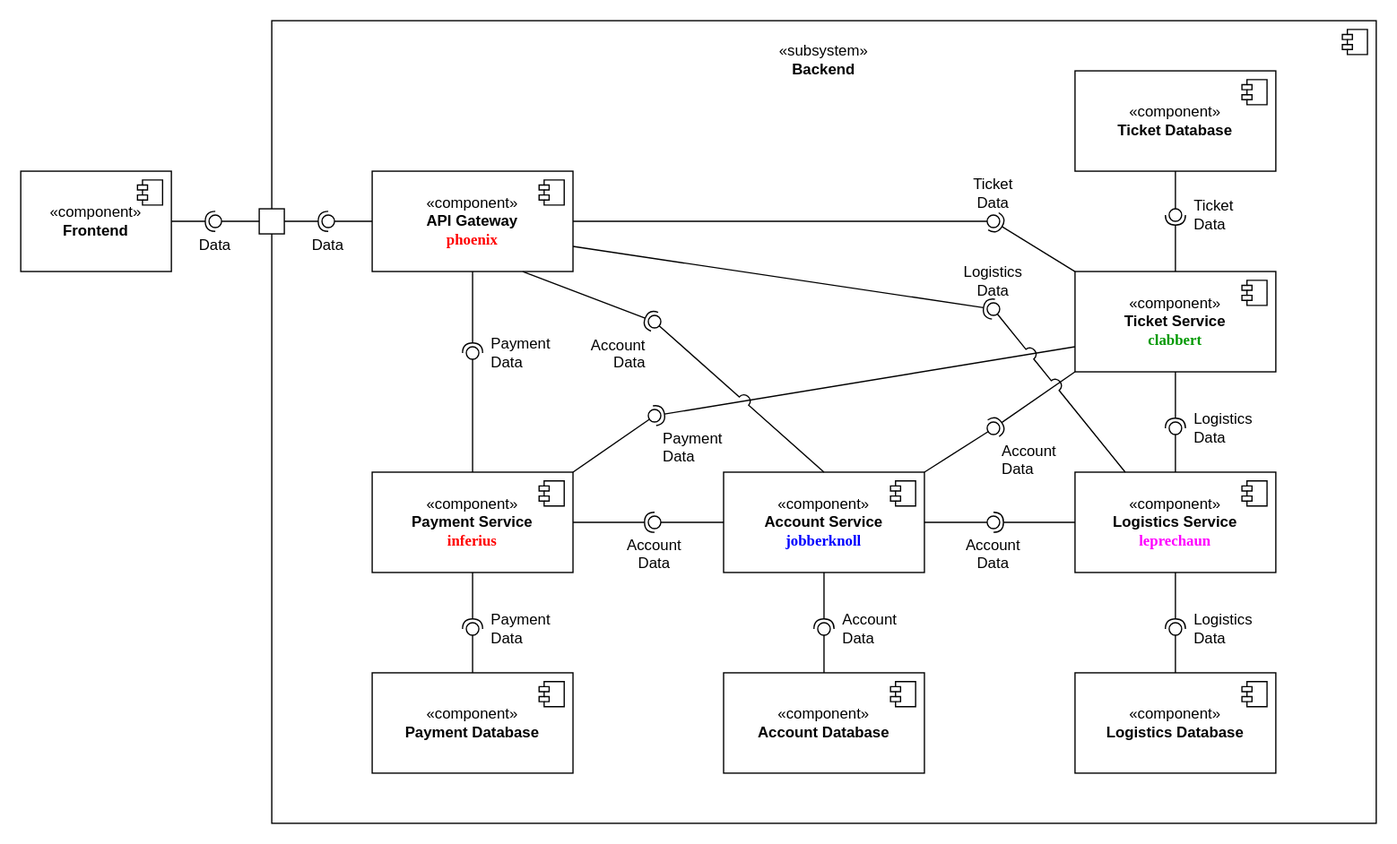
Above: documentation/course/e2/images/component-diagram.drawio.svg in PWR-ACS-SE-24/SoftwareSystemDesign (draw.io), before the change. Source tidied: cells renumbered, new cells last; positions are measured from the earlier drawing's top-left corner, leaving out a move shared by most shapes.
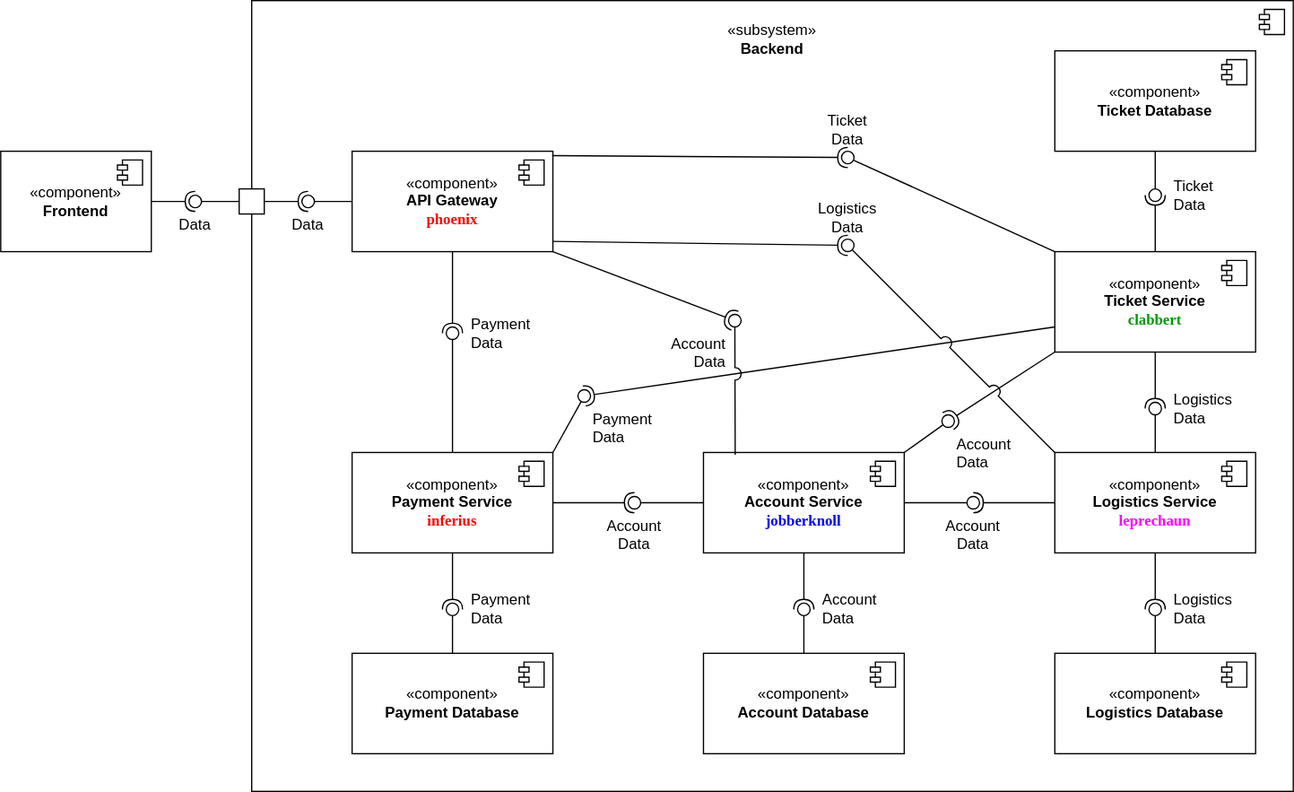
Above is the later version.

Commit message:
fix diagram and add extended version

Change to the diagram source:
```diff
@@ -3,7 +3,7 @@
     <mxCell id="0" />
     <mxCell id="1" parent="0" />
     <mxCell id="2" value="«subsystem»&lt;br&gt;&lt;b&gt;Backend&lt;/b&gt;" style="html=1;whiteSpace=wrap;labelPosition=center;verticalLabelPosition=top;align=center;verticalAlign=bottom;spacingTop=0;spacingBottom=-48;" parent="1" vertex="1">
-      <mxGeometry x="200" width="880" height="640" as="geometry" />
+      <mxGeometry x="200" width="830" height="630" as="geometry" />
     </mxCell>
     <mxCell id="3" style="shape=module;jettyWidth=8;jettyHeight=4;" parent="2" vertex="1">
       <mxGeometry x="1" width="20" height="20" relative="1" as="geometry">
@@ -151,7 +151,7 @@
       <mxGeometry relative="1" as="geometry" />
     </mxCell>
     <mxCell id="44" value="&lt;div&gt;Account&lt;/div&gt;&lt;div&gt;Data&lt;br&gt;&lt;/div&gt;" style="ellipse;whiteSpace=wrap;html=1;align=left;fillColor=none;strokeColor=none;perimeter=centerPerimeter;points=[];outlineConnect=1;labelPosition=right;verticalLabelPosition=bottom;verticalAlign=top;" parent="1" vertex="1">
-      <mxGeometry x="770" y="320" width="10" height="10" as="geometry" />
+      <mxGeometry x="750" y="330" width="10" height="10" as="geometry" />
     </mxCell>
     <mxCell id="45" style="rounded=0;jettySize=auto;html=1;endArrow=halfCircle;endFill=0;endSize=6;strokeWidth=1;sketch=0;exitX=0.5;exitY=1;exitDx=0;exitDy=0;" parent="1" edge="1" source="8" target="47">
       <mxGeometry relative="1" as="geometry" />
@@ -169,7 +169,7 @@
       <mxGeometry relative="1" as="geometry" />
     </mxCell>
     <mxCell id="50" value="&lt;div&gt;Payment&lt;/div&gt;&lt;div&gt;Data&lt;br&gt;&lt;/div&gt;" style="ellipse;whiteSpace=wrap;html=1;align=left;fillColor=none;strokeColor=none;perimeter=centerPerimeter;points=[];outlineConnect=1;labelPosition=right;verticalLabelPosition=bottom;verticalAlign=top;" parent="1" vertex="1">
-      <mxGeometry x="500" y="310" width="10" height="10" as="geometry" />
+      <mxGeometry x="460" y="310" width="10" height="10" as="geometry" />
     </mxCell>
     <mxCell id="51" style="rounded=0;jettySize=auto;html=1;endArrow=halfCircle;endFill=0;endSize=6;strokeWidth=1;sketch=0;exitX=0.5;exitY=1;exitDx=0;exitDy=0;" parent="1" edge="1" source="6" target="53">
       <mxGeometry relative="1" as="geometry" />
@@ -180,32 +180,32 @@
     <mxCell id="53" value="&lt;div&gt;Payment&lt;/div&gt;&lt;div&gt;Data&lt;br&gt;&lt;/div&gt;" style="ellipse;whiteSpace=wrap;html=1;align=left;fillColor=none;strokeColor=none;perimeter=centerPerimeter;points=[];outlineConnect=1;labelPosition=right;verticalLabelPosition=middle;verticalAlign=middle;spacingLeft=8;" parent="1" vertex="1">
       <mxGeometry x="355" y="260" width="10" height="10" as="geometry" />
     </mxCell>
-    <mxCell id="54" style="rounded=0;jettySize=auto;html=1;endArrow=halfCircle;endFill=0;endSize=6;strokeWidth=1;sketch=0;exitX=0.75;exitY=1;exitDx=0;exitDy=0;" parent="1" edge="1" source="6" target="56">
+    <mxCell id="54" style="rounded=0;jettySize=auto;html=1;endArrow=halfCircle;endFill=0;endSize=6;strokeWidth=1;sketch=0;exitX=1;exitY=1;exitDx=0;exitDy=0;" parent="1" edge="1" source="6" target="56">
       <mxGeometry relative="1" as="geometry" />
     </mxCell>
-    <mxCell id="55" style="rounded=0;jettySize=auto;html=1;endArrow=oval;endFill=0;sketch=0;sourcePerimeterSpacing=0;targetPerimeterSpacing=0;endSize=10;exitX=0.5;exitY=0;exitDx=0;exitDy=0;jumpStyle=arc;jumpSize=10;" parent="1" edge="1" source="10" target="56">
+    <mxCell id="55" style="rounded=0;jettySize=auto;html=1;endArrow=oval;endFill=0;sketch=0;sourcePerimeterSpacing=0;targetPerimeterSpacing=0;endSize=10;exitX=0.158;exitY=0.023;exitDx=0;exitDy=0;jumpStyle=arc;jumpSize=10;exitPerimeter=0;entryX=-0.085;entryY=0.454;entryDx=0;entryDy=0;entryPerimeter=0;" parent="1" edge="1" source="10" target="56">
       <mxGeometry relative="1" as="geometry" />
     </mxCell>
     <mxCell id="56" value="&lt;div&gt;Account&lt;/div&gt;&lt;div&gt;Data&lt;br&gt;&lt;/div&gt;" style="ellipse;whiteSpace=wrap;html=1;align=right;fillColor=none;strokeColor=none;perimeter=centerPerimeter;points=[];outlineConnect=1;labelPosition=left;verticalLabelPosition=bottom;verticalAlign=top;" parent="1" vertex="1">
-      <mxGeometry x="500" y="235" width="10" height="10" as="geometry" />
+      <mxGeometry x="580" y="250" width="10" height="10" as="geometry" />
     </mxCell>
-    <mxCell id="57" style="rounded=0;jettySize=auto;html=1;endArrow=halfCircle;endFill=0;endSize=6;strokeWidth=1;sketch=0;exitX=0;exitY=0;exitDx=0;exitDy=0;" parent="1" edge="1" source="8" target="59">
+    <mxCell id="57" style="rounded=0;jettySize=auto;html=1;endArrow=halfCircle;endFill=0;endSize=6;strokeWidth=1;sketch=0;exitX=0.997;exitY=0.044;exitDx=0;exitDy=0;exitPerimeter=0;" parent="1" edge="1" source="6" target="59">
       <mxGeometry relative="1" as="geometry" />
     </mxCell>
-    <mxCell id="58" style="rounded=0;jettySize=auto;html=1;endArrow=oval;endFill=0;sketch=0;sourcePerimeterSpacing=0;targetPerimeterSpacing=0;endSize=10;exitX=1;exitY=0.5;exitDx=0;exitDy=0;" parent="1" edge="1" source="6" target="59">
+    <mxCell id="58" style="rounded=0;jettySize=auto;html=1;endArrow=oval;endFill=0;sketch=0;sourcePerimeterSpacing=0;targetPerimeterSpacing=0;endSize=10;exitX=0;exitY=0;exitDx=0;exitDy=0;" parent="1" edge="1" source="8" target="59">
       <mxGeometry relative="1" as="geometry" />
     </mxCell>
     <mxCell id="59" value="&lt;div&gt;Ticket&lt;/div&gt;&lt;div&gt;Data&lt;br&gt;&lt;/div&gt;" style="ellipse;whiteSpace=wrap;html=1;align=center;fillColor=none;strokeColor=none;perimeter=centerPerimeter;points=[];outlineConnect=1;labelPosition=center;verticalLabelPosition=top;verticalAlign=bottom;" parent="1" vertex="1">
-      <mxGeometry x="770" y="155" width="10" height="10" as="geometry" />
+      <mxGeometry x="670" y="120" width="10" height="10" as="geometry" />
     </mxCell>
-    <mxCell id="60" style="rounded=0;jettySize=auto;html=1;endArrow=halfCircle;endFill=0;endSize=6;strokeWidth=1;sketch=0;exitX=1;exitY=0.75;exitDx=0;exitDy=0;" parent="1" edge="1" source="6" target="62">
+    <mxCell id="60" style="rounded=0;jettySize=auto;html=1;endArrow=halfCircle;endFill=0;endSize=6;strokeWidth=1;sketch=0;exitX=0.998;exitY=0.898;exitDx=0;exitDy=0;exitPerimeter=0;entryX=0.3;entryY=1.211;entryDx=0;entryDy=0;entryPerimeter=0;" parent="1" edge="1" source="6" target="62">
       <mxGeometry relative="1" as="geometry" />
     </mxCell>
-    <mxCell id="61" style="rounded=0;jettySize=auto;html=1;endArrow=oval;endFill=0;sketch=0;sourcePerimeterSpacing=0;targetPerimeterSpacing=0;endSize=10;exitX=0.25;exitY=0;exitDx=0;exitDy=0;jumpStyle=arc;jumpSize=10;" parent="1" edge="1" source="14" target="62">
+    <mxCell id="61" style="rounded=0;jettySize=auto;html=1;endArrow=oval;endFill=0;sketch=0;sourcePerimeterSpacing=0;targetPerimeterSpacing=0;endSize=10;exitX=0;exitY=0;exitDx=0;exitDy=0;jumpStyle=arc;jumpSize=10;" parent="1" edge="1" source="14" target="62">
       <mxGeometry relative="1" as="geometry" />
     </mxCell>
     <mxCell id="62" value="&lt;div&gt;Logistics&lt;/div&gt;&lt;div&gt;Data&lt;br&gt;&lt;/div&gt;" style="ellipse;whiteSpace=wrap;html=1;align=center;fillColor=none;strokeColor=none;perimeter=centerPerimeter;points=[];outlineConnect=1;labelPosition=center;verticalLabelPosition=top;verticalAlign=bottom;" parent="1" vertex="1">
-      <mxGeometry x="770" y="225" width="10" height="10" as="geometry" />
+      <mxGeometry x="670" y="190" width="10" height="10" as="geometry" />
     </mxCell>
     <mxCell id="63" style="fontStyle=0;labelPosition=right;verticalLabelPosition=middle;align=left;verticalAlign=middle;spacingLeft=2;" parent="1" vertex="1">
       <mxGeometry x="190" y="150" width="20" height="20" as="geometry" />
```
